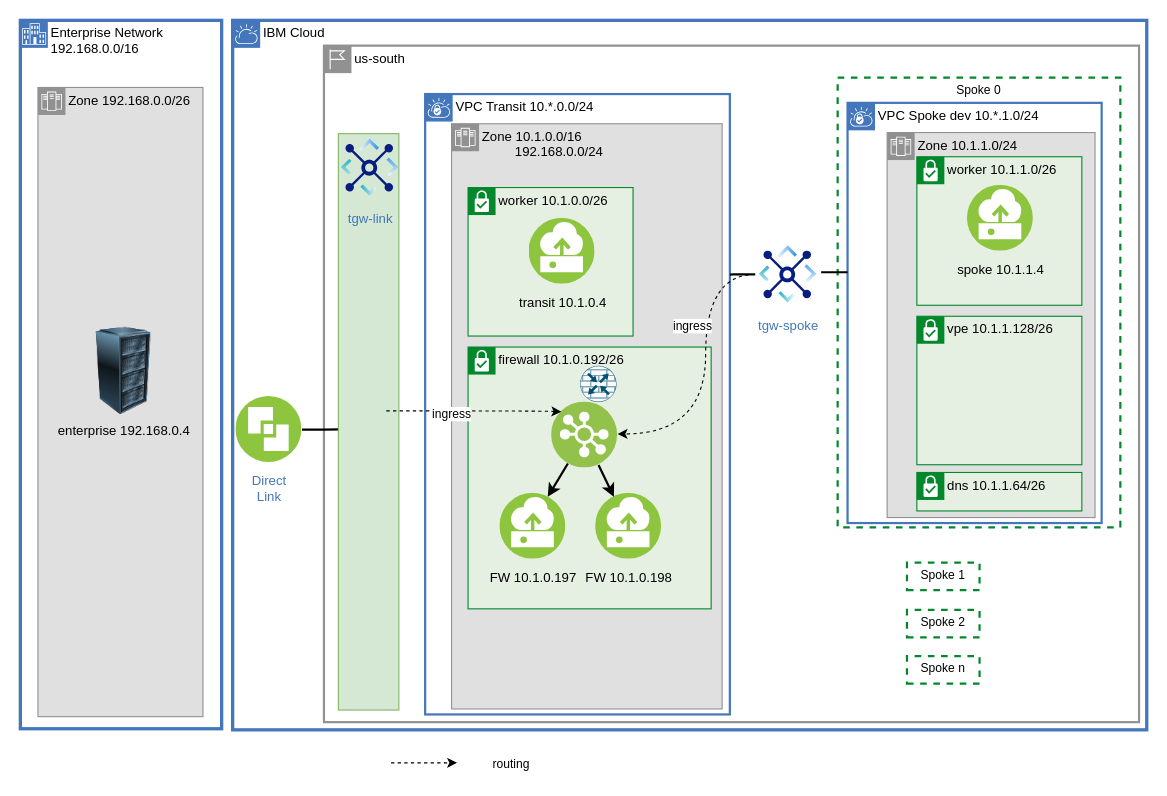
Earlier version of the draw.io diagram page "ha-firewall" (10 of 14) of diagrams/vpc-transit.drawio (ibm-cloud-docs/solution-tutorials). Source tidied: cells renumbered, new cells numbered last; positions are measured from the earlier drawing's top-left corner, leaving out a move shared by most shapes. Both pictures are drawn from the tidied source at 110%, with x=0, y=0 at pixel (20, 20).
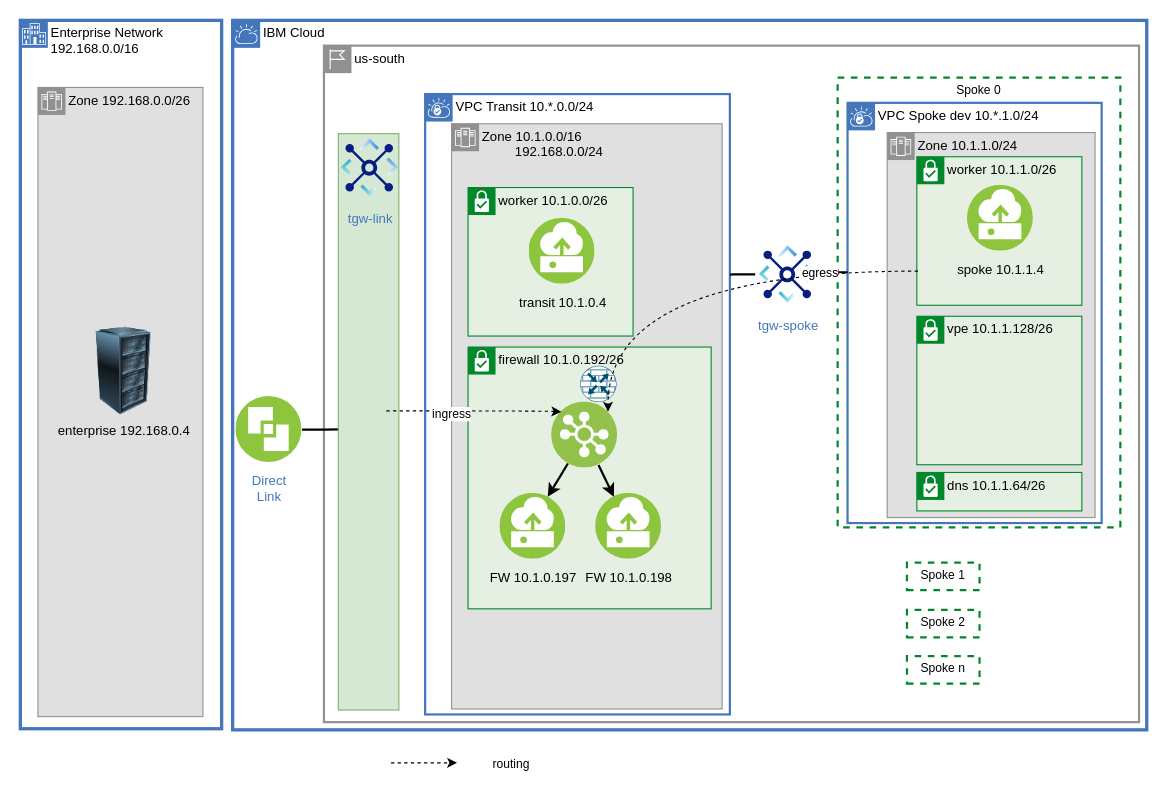
The same page after the edit.

Unchanged cells that the change refers to:
```xml
<mxCell id="13" value="worker 10.1.1.0/26" style="shape=mxgraph.ibm.box;prType=subnet;fontStyle=0;verticalAlign=top;align=left;spacingLeft=32;spacingTop=4;fillColor=#E6F0E2;rounded=0;whiteSpace=wrap;html=1;strokeColor=#00882B;strokeWidth=1;dashed=0;spacing=-4;" parent="1" vertex="1">
  <mxGeometry x="815" y="124" width="150" height="135" as="geometry" />
</mxCell>
<mxCell id="23" style="perimeter=ellipsePerimeter;html=1;align=center;shadow=0;dashed=0;fontColor=#4277BB;labelBackgroundColor=#ffffff;fontSize=12;spacingTop=3;image;image=img/lib/ibm/vpc/LoadBalancerPool.svg;fontFamily=Helvetica;" parent="1" vertex="1">
  <mxGeometry x="483" y="347" width="60" height="60" as="geometry" />
</mxCell>
<mxCell id="30" value="tgw-spoke" style="perimeter=ellipsePerimeter;html=1;align=center;shadow=0;dashed=0;fontColor=#4277BB;labelBackgroundColor=#ffffff;fontSize=12;spacingTop=3;image;image=img/lib/ibm/vpc/TransitGateway.svg;labelPadding=0;backgroundOutline=0;" parent="29" vertex="1">
  <mxGeometry x="668" y="201" width="60" height="60" as="geometry" />
</mxCell>
```

The edit, as a diff of the source:
```diff
@@
-    <mxCell id="39" style="edgeStyle=orthogonalEdgeStyle;shape=connector;curved=1;rounded=0;jettySize=auto;html=1;dashed=1;labelBackgroundColor=default;strokeColor=default;strokeWidth=1;fontFamily=Helvetica;fontSize=11;fontColor=default;endArrow=classic;endFill=1;" parent="38" edge="1" source="30" target="23">
-      <mxGeometry relative="1" as="geometry">
-        <Array as="points">
-          <mxPoint x="623" y="231" />
-          <mxPoint x="623" y="376" />
-        </Array>
-      </mxGeometry>
-    </mxCell>
-    <mxCell id="40" value="ingress" style="edgeLabel;html=1;align=center;verticalAlign=middle;fontSize=11;fontFamily=Helvetica;fontColor=default;" parent="39" vertex="1">
-      <mxGeometry x="-0.31" y="-13" relative="1" as="geometry">
-        <mxPoint y="-2" as="offset" />
-      </mxGeometry>
-    </mxCell>
@@
+    <mxCell id="47" parent="0" />
+    <mxCell id="48" style="edgeStyle=orthogonalEdgeStyle;shape=connector;curved=1;rounded=0;jettySize=auto;html=1;entryX=1;entryY=0;entryDx=0;entryDy=0;dashed=1;labelBackgroundColor=default;strokeColor=default;strokeWidth=1;fontFamily=Helvetica;fontSize=11;fontColor=default;endArrow=classic;endFill=1;exitX=0.007;exitY=0.77;exitDx=0;exitDy=0;exitPerimeter=0;" parent="47" edge="1" source="13" target="23">
+      <mxGeometry relative="1" as="geometry" />
+    </mxCell>
+    <mxCell id="49" value="egress" style="edgeLabel;html=1;align=center;verticalAlign=middle;fontSize=11;fontFamily=Helvetica;fontColor=default;" parent="48" vertex="1">
+      <mxGeometry x="-0.56" y="2" relative="1" as="geometry" />
+    </mxCell>
```
